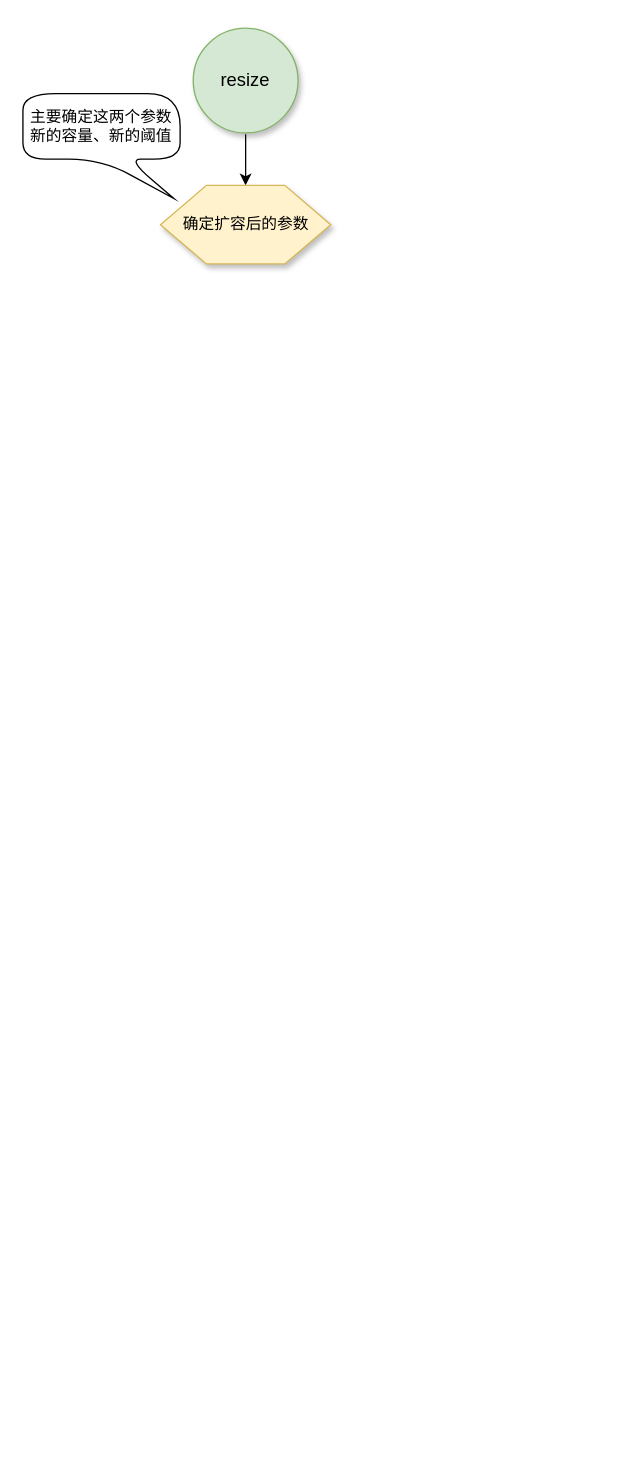
Earlier version of the draw.io diagram typora/JavaSE/6 集合/drawio/HashMap/扩容流程.drawio (LDChing0321/JavaLearn). Source tidied: cells renumbered, new cells numbered last; positions are measured from the earlier drawing's top-left corner, leaving out a move shared by most shapes. Both pictures are drawn from the tidied source at 131%, with x=0, y=0 at pixel (22, 28).
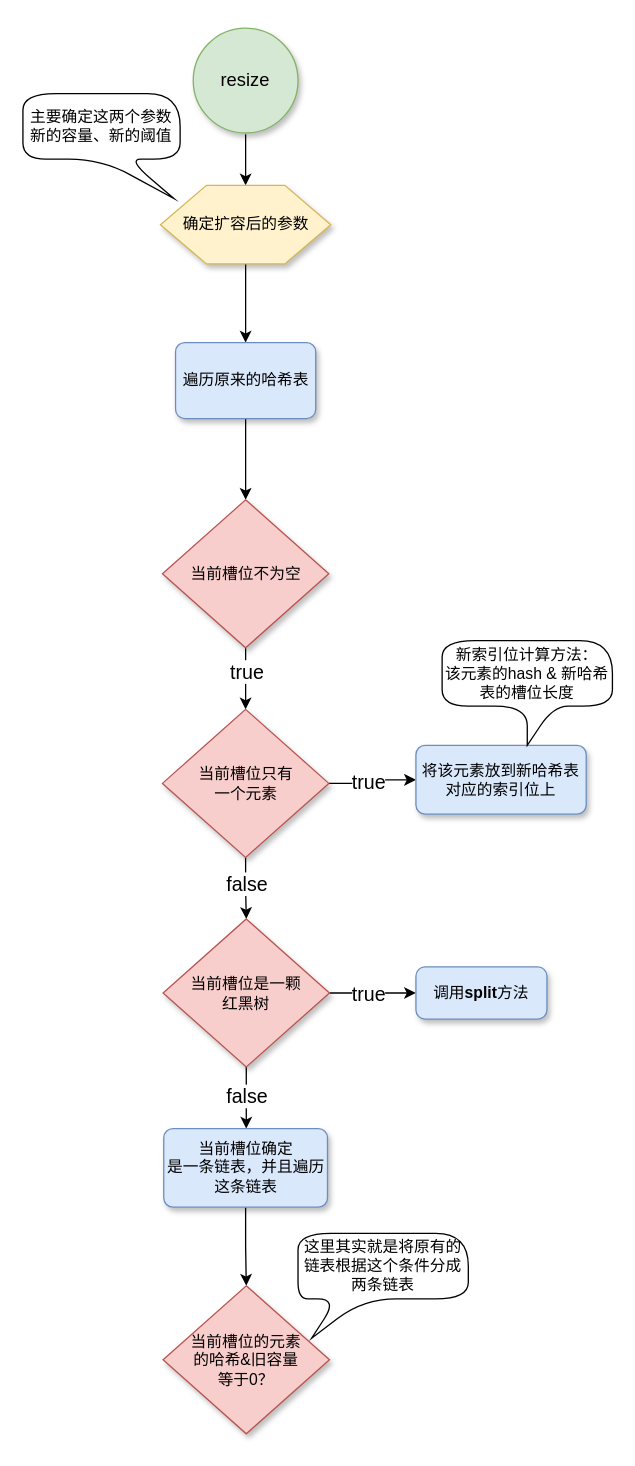
After the change.

Commit message (it also covers changes not shown here):
更新扩容流程.drawio

The change refers to these unchanged cells:
```xml
<mxCell id="4" value="确定扩容后的参数" style="verticalLabelPosition=middle;verticalAlign=middle;html=1;shape=hexagon;perimeter=hexagonPerimeter2;arcSize=6;size=0.27;shadow=1;labelBorderColor=none;fontSize=12;strokeColor=#d6b656;strokeWidth=1;labelPosition=center;align=center;fillColor=#fff2cc;" parent="1" vertex="1">
  <mxGeometry x="105" y="120" width="130" height="60" as="geometry" />
</mxCell>
```

Diff of the diagram source:
```diff
@@
+    <mxCell id="6" style="edgeStyle=orthogonalEdgeStyle;rounded=0;jettySize=auto;html=1;" parent="1" edge="1" source="4" target="8">
+      <mxGeometry relative="1" as="geometry" />
+    </mxCell>
@@
+    <mxCell id="7" style="edgeStyle=orthogonalEdgeStyle;rounded=0;jettySize=auto;html=1;" parent="1" edge="1" source="8" target="10">
+      <mxGeometry relative="1" as="geometry" />
+    </mxCell>
+    <mxCell id="8" value="遍历原来的哈希表" style="rounded=1;whiteSpace=wrap;html=1;absoluteArcSize=1;arcSize=14;strokeWidth=1;fillColor=#dae8fc;strokeColor=#6c8ebf;shadow=1;" parent="1" vertex="1">
+      <mxGeometry x="116.5" y="240" width="107" height="58" as="geometry" />
+    </mxCell>
+    <mxCell id="9" style="edgeStyle=orthogonalEdgeStyle;rounded=0;jettySize=auto;html=1;" parent="1" edge="1" source="10" target="13">
+      <mxGeometry relative="1" as="geometry" />
+    </mxCell>
+    <mxCell id="10" value="当前槽位不为空" style="strokeWidth=1;html=1;shape=mxgraph.flowchart.decision;whiteSpace=wrap;fillColor=#f8cecc;strokeColor=#b85450;shadow=1;" parent="1" vertex="1">
+      <mxGeometry x="106.5" y="360" width="127" height="113" as="geometry" />
+    </mxCell>
+    <mxCell id="11" style="edgeStyle=orthogonalEdgeStyle;rounded=0;jettySize=auto;html=1;fontSize=15;" parent="1" edge="1" source="13" target="15">
+      <mxGeometry relative="1" as="geometry" />
+    </mxCell>
+    <mxCell id="12" style="edgeStyle=orthogonalEdgeStyle;rounded=0;jettySize=auto;html=1;fontSize=15;" parent="1" edge="1" source="13" target="20">
+      <mxGeometry relative="1" as="geometry" />
+    </mxCell>
+    <mxCell id="13" value="当前槽位只有&lt;br&gt;一个元素" style="strokeWidth=1;html=1;shape=mxgraph.flowchart.decision;whiteSpace=wrap;fillColor=#f8cecc;strokeColor=#b85450;shadow=1;" parent="1" vertex="1">
+      <mxGeometry x="106.5" y="520" width="127" height="113" as="geometry" />
+    </mxCell>
+    <mxCell id="14" value="true" style="edgeLabel;html=1;align=center;verticalAlign=middle;fontSize=15;" parent="1" vertex="1">
+      <mxGeometry x="170" y="490" as="geometry" />
+    </mxCell>
+    <mxCell id="15" value="将该元素放到新哈希表对应的索引位上" style="rounded=1;whiteSpace=wrap;html=1;absoluteArcSize=1;arcSize=14;strokeWidth=1;fillColor=#dae8fc;strokeColor=#6c8ebf;shadow=1;" parent="1" vertex="1">
+      <mxGeometry x="300" y="547.5" width="130" height="52.5" as="geometry" />
+    </mxCell>
+    <mxCell id="16" value="true" style="edgeLabel;html=1;align=center;verticalAlign=middle;fontSize=15;" parent="1" vertex="1">
+      <mxGeometry x="191" y="498" as="geometry">
+        <mxPoint x="72" y="76" as="offset" />
+      </mxGeometry>
+    </mxCell>
+    <mxCell id="17" value="新索引位计算方法：&lt;br&gt;该元素的hash &amp;amp;&amp;nbsp;新哈希表的槽位长度" style="shape=callout;whiteSpace=wrap;html=1;perimeter=calloutPerimeter;rounded=1;arcSize=50;position2=0.5;" parent="1" vertex="1">
+      <mxGeometry x="320" y="467.5" width="130" height="80" as="geometry" />
+    </mxCell>
+    <mxCell id="18" style="edgeStyle=orthogonalEdgeStyle;rounded=0;jettySize=auto;html=1;fontSize=15;" parent="1" edge="1" source="20">
+      <mxGeometry relative="1" as="geometry">
+        <mxPoint x="170.5" y="840" as="targetPoint" />
+      </mxGeometry>
+    </mxCell>
+    <mxCell id="19" style="edgeStyle=orthogonalEdgeStyle;rounded=0;jettySize=auto;html=1;fontSize=15;" parent="1" edge="1" source="20" target="25">
+      <mxGeometry relative="1" as="geometry" />
+    </mxCell>
+    <mxCell id="20" value="当前槽位是一颗&lt;br&gt;红黑树" style="strokeWidth=1;html=1;shape=mxgraph.flowchart.decision;whiteSpace=wrap;fillColor=#f8cecc;strokeColor=#b85450;shadow=1;" parent="1" vertex="1">
+      <mxGeometry x="107" y="680" width="127" height="113" as="geometry" />
+    </mxCell>
+    <mxCell id="21" value="false" style="edgeLabel;html=1;align=center;verticalAlign=middle;fontSize=15;" parent="1" vertex="1">
+      <mxGeometry x="156" y="502.5" as="geometry">
+        <mxPoint x="14" y="150" as="offset" />
+      </mxGeometry>
+    </mxCell>
+    <mxCell id="22" value="false" style="edgeLabel;html=1;align=center;verticalAlign=middle;fontSize=15;" parent="1" vertex="1">
+      <mxGeometry x="156" y="664" as="geometry">
+        <mxPoint x="14" y="150" as="offset" />
+      </mxGeometry>
+    </mxCell>
+    <mxCell id="23" style="edgeStyle=orthogonalEdgeStyle;rounded=0;jettySize=auto;html=1;fontSize=15;" parent="1" edge="1" source="24" target="27">
+      <mxGeometry relative="1" as="geometry" />
+    </mxCell>
+    <mxCell id="24" value="当前槽位确定&lt;br&gt;是一条链表，并且遍历这条链表" style="rounded=1;whiteSpace=wrap;html=1;absoluteArcSize=1;arcSize=14;strokeWidth=1;fillColor=#dae8fc;strokeColor=#6c8ebf;shadow=1;" parent="1" vertex="1">
+      <mxGeometry x="107.5" y="840" width="125" height="60" as="geometry" />
+    </mxCell>
+    <mxCell id="25" value="调用&lt;b&gt;split&lt;/b&gt;方法" style="rounded=1;whiteSpace=wrap;html=1;absoluteArcSize=1;arcSize=14;strokeWidth=1;fillColor=#dae8fc;strokeColor=#6c8ebf;shadow=1;" parent="1" vertex="1">
+      <mxGeometry x="300" y="716.6" width="100" height="39.8" as="geometry" />
+    </mxCell>
+    <mxCell id="26" value="true" style="edgeLabel;html=1;align=center;verticalAlign=middle;fontSize=15;" parent="1" vertex="1">
+      <mxGeometry x="191" y="660" as="geometry">
+        <mxPoint x="72" y="76" as="offset" />
+      </mxGeometry>
+    </mxCell>
+    <mxCell id="27" value="当前槽位的元素&lt;br&gt;的哈希&amp;amp;旧容量&lt;br&gt;等于0？" style="strokeWidth=1;html=1;shape=mxgraph.flowchart.decision;whiteSpace=wrap;fillColor=#f8cecc;strokeColor=#b85450;shadow=1;" parent="1" vertex="1">
+      <mxGeometry x="107" y="960" width="127" height="113" as="geometry" />
+    </mxCell>
+    <mxCell id="28" value="这里其实就是将原有的链表根据这个条件分成两条链表" style="shape=callout;whiteSpace=wrap;html=1;perimeter=calloutPerimeter;rounded=1;arcSize=50;position2=0.08;size=30;position=0.23;" parent="1" vertex="1">
+      <mxGeometry x="210" y="920" width="130" height="80" as="geometry" />
+    </mxCell>
```
